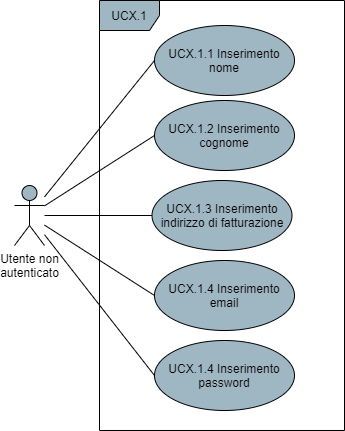
The draw.io diagram DocumentazioneEsterna/AnalisiDeiRequisiti/res/UseCase/Immagini/InserimentoDatiRegistrazione.png in Omicron-Team/Documentazione, before a commit. Source tidied: cells renumbered, new cells last; positions are measured from the earlier drawing's top-left corner, leaving out a move shared by most shapes.
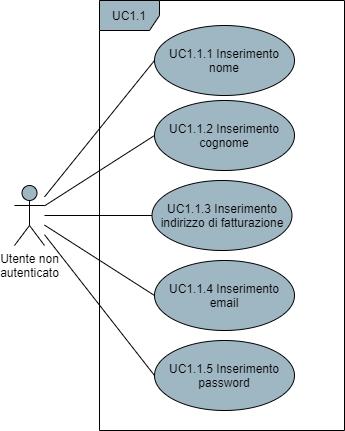
Above is the later version.

The edit, as a diff of the source:
```diff
@@ -20,22 +20,22 @@
     <mxCell id="7" value="Utente non&lt;br&gt;autenticato" style="shape=umlActor;verticalLabelPosition=bottom;verticalAlign=top;html=1;fillColor=#9FB6C3;" parent="1" vertex="1">
       <mxGeometry y="185" width="30" height="60" as="geometry" />
     </mxCell>
-    <mxCell id="8" value="UCX.1" style="shape=umlFrame;whiteSpace=wrap;html=1;fillColor=#9FB6C3;" parent="1" vertex="1">
+    <mxCell id="8" value="UC1.1" style="shape=umlFrame;whiteSpace=wrap;html=1;fillColor=#9FB6C3;" parent="1" vertex="1">
       <mxGeometry x="85" width="245" height="430" as="geometry" />
     </mxCell>
-    <mxCell id="9" value="UCX.1.1 Inserimento nome" style="ellipse;whiteSpace=wrap;html=1;fillColor=#9FB6C3;" parent="1" vertex="1">
+    <mxCell id="9" value="UC1.1.1 Inserimento nome" style="ellipse;whiteSpace=wrap;html=1;fillColor=#9FB6C3;" parent="1" vertex="1">
       <mxGeometry x="140" y="25" width="140" height="70" as="geometry" />
     </mxCell>
-    <mxCell id="10" value="UCX.1.2 Inserimento cognome" style="ellipse;whiteSpace=wrap;html=1;fillColor=#9FB6C3;" parent="1" vertex="1">
+    <mxCell id="10" value="UC1.1.2 Inserimento cognome" style="ellipse;whiteSpace=wrap;html=1;fillColor=#9FB6C3;" parent="1" vertex="1">
       <mxGeometry x="140" y="100" width="140" height="70" as="geometry" />
     </mxCell>
-    <mxCell id="11" value="UCX.1.3 Inserimento indirizzo di fatturazione" style="ellipse;whiteSpace=wrap;html=1;fillColor=#9FB6C3;" parent="1" vertex="1">
+    <mxCell id="11" value="UC1.1.3 Inserimento indirizzo di fatturazione" style="ellipse;whiteSpace=wrap;html=1;fillColor=#9FB6C3;" parent="1" vertex="1">
       <mxGeometry x="137.5" y="180" width="140" height="70" as="geometry" />
     </mxCell>
-    <mxCell id="12" value="UCX.1.4 Inserimento email" style="ellipse;whiteSpace=wrap;html=1;fillColor=#9FB6C3;" parent="1" vertex="1">
+    <mxCell id="12" value="UC1.1.4 Inserimento email" style="ellipse;whiteSpace=wrap;html=1;fillColor=#9FB6C3;" parent="1" vertex="1">
       <mxGeometry x="140" y="260" width="140" height="70" as="geometry" />
     </mxCell>
-    <mxCell id="13" value="UCX.1.4 Inserimento password" style="ellipse;whiteSpace=wrap;html=1;fillColor=#9FB6C3;" parent="1" vertex="1">
+    <mxCell id="13" value="UC1.1.5 Inserimento password" style="ellipse;whiteSpace=wrap;html=1;fillColor=#9FB6C3;" parent="1" vertex="1">
       <mxGeometry x="140" y="340" width="140" height="70" as="geometry" />
     </mxCell>
   </root>
```
